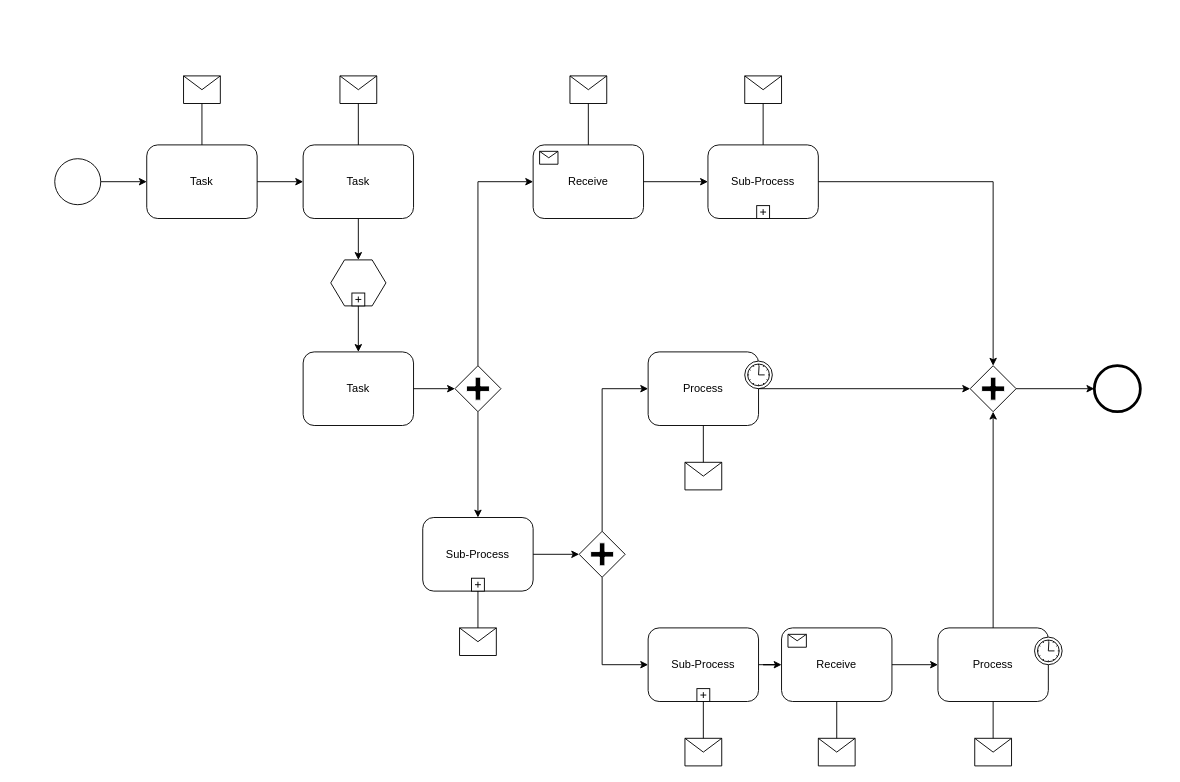
This is .circleci/Untitled Diagram.drawio from KaiqueRicardo26/simple-video, a draw.io file, before an edit. Source tidied: cells renumbered, new cells numbered last; positions are measured from the earlier drawing's top-left corner, leaving out a move shared by most shapes. Both pictures are drawn from the tidied source at 92%, with x=0, y=0 at pixel (54, 75).
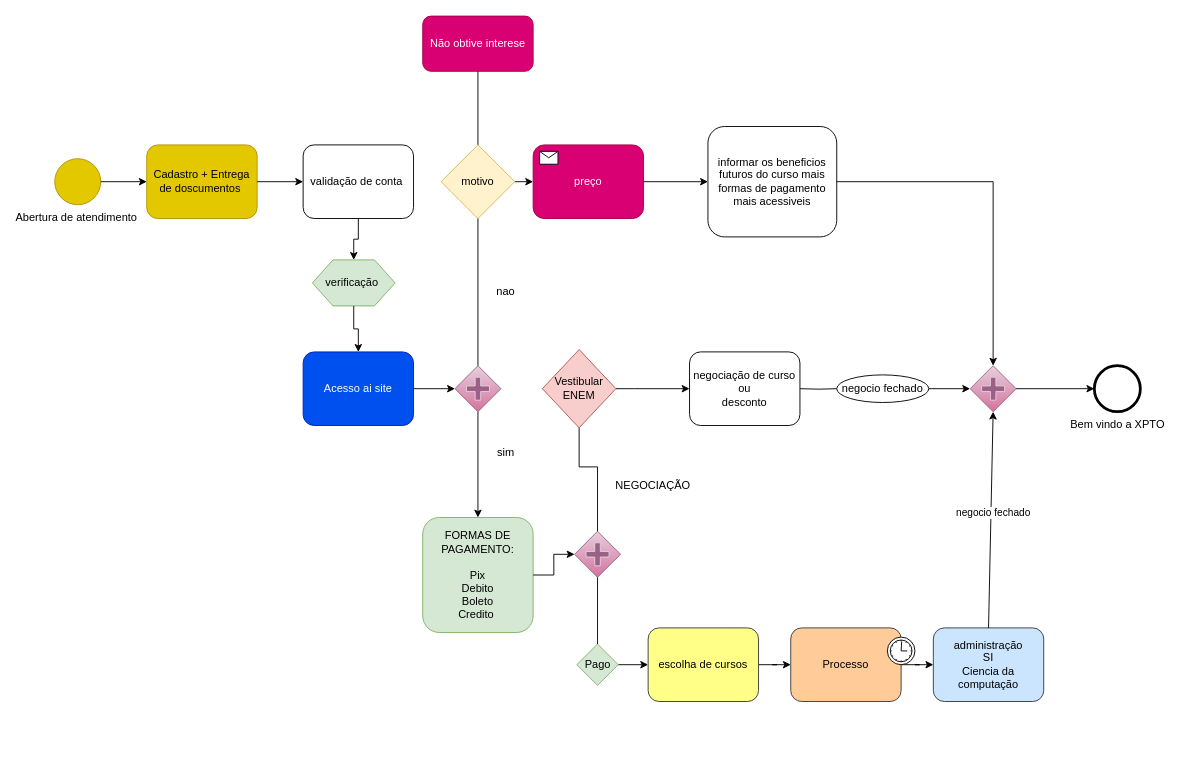
The same page after the edit.

Commit message (it also covers changes not shown here):
Atividade de Quinta

What changed in the source:
```diff
@@
-    <mxCell id="2" style="shape=mxgraph.bpmn.shape;html=1;verticalLabelPosition=bottom;labelBackgroundColor=#ffffff;verticalAlign=top;perimeter=ellipsePerimeter;outline=standard;symbol=general;" parent="1" vertex="1">
+    <mxCell id="2" value="Abertura de atendimento&amp;nbsp;" style="shape=mxgraph.bpmn.shape;html=1;verticalLabelPosition=bottom;labelBackgroundColor=#ffffff;verticalAlign=top;perimeter=ellipsePerimeter;outline=standard;symbol=general;fillColor=#e3c800;fontColor=#000000;strokeColor=#B09500;" parent="1" vertex="1">
       <mxGeometry y="90" width="50" height="50" as="geometry" />
     </mxCell>
-    <mxCell id="3" value="Task" style="shape=ext;rounded=1;html=1;whiteSpace=wrap;" parent="1" vertex="1">
+    <mxCell id="3" value="Cadastro + Entrega de doscumentos&amp;nbsp;" style="shape=ext;rounded=1;html=1;whiteSpace=wrap;fillColor=#e3c800;fontColor=#000000;strokeColor=#B09500;" parent="1" vertex="1">
       <mxGeometry x="100" y="75" width="120" height="80" as="geometry" />
     </mxCell>
-    <mxCell id="4" value="Task" style="shape=ext;rounded=1;html=1;whiteSpace=wrap;" parent="1" vertex="1">
+    <mxCell id="4" value="validação de conta&amp;nbsp;" style="shape=ext;rounded=1;html=1;whiteSpace=wrap;" parent="1" vertex="1">
       <mxGeometry x="270" y="75" width="120" height="80" as="geometry" />
     </mxCell>
-    <mxCell id="5" style="shape=message;whiteSpace=wrap;html=1;" parent="1" vertex="1">
-      <mxGeometry x="140" width="40" height="30" as="geometry" />
-    </mxCell>
-    <mxCell id="6" style="shape=message;whiteSpace=wrap;html=1;" parent="1" vertex="1">
-      <mxGeometry x="310" width="40" height="30" as="geometry" />
-    </mxCell>
-    <mxCell id="7" style="shape=hexagon;whiteSpace=wrap;html=1;perimeter=hexagonPerimeter;" parent="1" vertex="1">
-      <mxGeometry x="300" y="200" width="60" height="50" as="geometry" />
+    <mxCell id="7" value="verificação&amp;nbsp;" style="shape=hexagon;whiteSpace=wrap;html=1;perimeter=hexagonPerimeter;fillColor=#d5e8d4;strokeColor=#82b366;" parent="1" vertex="1">
+      <mxGeometry x="280" y="200" width="90" height="50" as="geometry" />
     </mxCell>
-    <mxCell id="8" style="html=1;shape=plus;" parent="7" vertex="1">
-      <mxGeometry x="0.5" y="1" width="14" height="14" relative="1" as="geometry">
-        <mxPoint x="-7" y="-14" as="offset" />
-      </mxGeometry>
-    </mxCell>
-    <mxCell id="9" value="Task" style="shape=ext;rounded=1;html=1;whiteSpace=wrap;" parent="1" vertex="1">
+    <mxCell id="9" value="Acesso ai site" style="shape=ext;rounded=1;html=1;whiteSpace=wrap;fillColor=#0050ef;strokeColor=#001DBC;fontColor=#ffffff;" parent="1" vertex="1">
       <mxGeometry x="270" y="300" width="120" height="80" as="geometry" />
     </mxCell>
-    <mxCell id="10" style="shape=mxgraph.bpmn.shape;html=1;verticalLabelPosition=bottom;labelBackgroundColor=#ffffff;verticalAlign=top;perimeter=rhombusPerimeter;background=gateway;outline=none;symbol=parallelGw;" parent="1" vertex="1">
+    <mxCell id="10" style="shape=mxgraph.bpmn.shape;html=1;verticalLabelPosition=bottom;labelBackgroundColor=#ffffff;verticalAlign=top;perimeter=rhombusPerimeter;background=gateway;outline=none;symbol=parallelGw;fillColor=#e6d0de;gradientColor=#d5739d;strokeColor=#996185;" parent="1" vertex="1">
       <mxGeometry x="435" y="315" width="50" height="50" as="geometry" />
     </mxCell>
-    <mxCell id="11" value="Sub-Process" style="html=1;whiteSpace=wrap;rounded=1;" parent="1" vertex="1">
-      <mxGeometry x="710" y="75" width="120" height="80" as="geometry" />
+    <mxCell id="11" value="informar os beneficios futuros do curso mais formas de pagamento mais acessiveis" style="html=1;whiteSpace=wrap;rounded=1;" parent="1" vertex="1">
+      <mxGeometry x="710" y="55" width="140" height="120" as="geometry" />
     </mxCell>
-    <mxCell id="12" style="html=1;shape=plus;" parent="11" vertex="1">
-      <mxGeometry x="0.5" y="1" width="14" height="14" relative="1" as="geometry">
-        <mxPoint x="-7" y="-14" as="offset" />
-      </mxGeometry>
-    </mxCell>
-    <mxCell id="13" value="Receive" style="html=1;whiteSpace=wrap;rounded=1;" parent="1" vertex="1">
+    <mxCell id="13" value="preço" style="html=1;whiteSpace=wrap;rounded=1;fillColor=#d80073;fontColor=#ffffff;strokeColor=#A50040;" parent="1" vertex="1">
       <mxGeometry x="520" y="75" width="120" height="80" as="geometry" />
     </mxCell>
@@
-    <mxCell id="15" value="Process" style="html=1;whiteSpace=wrap;rounded=1;" parent="1" vertex="1">
-      <mxGeometry x="645" y="300" width="120" height="80" as="geometry" />
+    <mxCell id="15" value="negociação de curso&lt;br&gt;ou&lt;br&gt;desconto" style="html=1;whiteSpace=wrap;rounded=1;" parent="1" vertex="1">
+      <mxGeometry x="690" y="300" width="120" height="80" as="geometry" />
     </mxCell>
-    <mxCell id="16" style="shape=mxgraph.bpmn.timer_start;perimeter=ellipsePerimeter;html=1;labelPosition=right;labelBackgroundColor=#ffffff;align=left;" parent="15" vertex="1">
-      <mxGeometry x="1" width="30" height="30" relative="1" as="geometry">
-        <mxPoint x="-15" y="10" as="offset" />
-      </mxGeometry>
-    </mxCell>
+    <mxCell id="61" style="edgeStyle=orthogonalEdgeStyle;rounded=0;jettySize=auto;html=1;" parent="1" edge="1" source="17" target="19">
+      <mxGeometry relative="1" as="geometry" />
+    </mxCell>
-    <mxCell id="17" value="Process" style="html=1;whiteSpace=wrap;rounded=1;" parent="1" vertex="1">
-      <mxGeometry x="960" y="600" width="120" height="80" as="geometry" />
+    <mxCell id="17" value="Processo" style="html=1;whiteSpace=wrap;rounded=1;fillColor=#ffcc99;strokeColor=#36393d;" parent="1" vertex="1">
+      <mxGeometry x="800" y="600" width="120" height="80" as="geometry" />
     </mxCell>
@@
-    <mxCell id="19" value="Receive" style="html=1;whiteSpace=wrap;rounded=1;" parent="1" vertex="1">
-      <mxGeometry x="790" y="600" width="120" height="80" as="geometry" />
+    <mxCell id="19" value="administração&lt;br&gt;SI&lt;br&gt;Ciencia da computação" style="html=1;whiteSpace=wrap;rounded=1;fillColor=#cce5ff;strokeColor=#36393d;" parent="1" vertex="1">
+      <mxGeometry x="955" y="600" width="120" height="80" as="geometry" />
     </mxCell>
-    <mxCell id="20" style="html=1;shape=message;" parent="19" vertex="1">
-      <mxGeometry width="20" height="14" relative="1" as="geometry">
-        <mxPoint x="7" y="7" as="offset" />
-      </mxGeometry>
-    </mxCell>
+    <mxCell id="62" style="edgeStyle=orthogonalEdgeStyle;rounded=0;jettySize=auto;html=1;" parent="1" edge="1" source="21" target="17">
+      <mxGeometry relative="1" as="geometry" />
+    </mxCell>
-    <mxCell id="21" value="Sub-Process" style="html=1;whiteSpace=wrap;rounded=1;" parent="1" vertex="1">
+    <mxCell id="21" value="escolha de cursos" style="html=1;whiteSpace=wrap;rounded=1;fillColor=#ffff88;strokeColor=#36393d;" parent="1" vertex="1">
       <mxGeometry x="645" y="600" width="120" height="80" as="geometry" />
     </mxCell>
-    <mxCell id="22" style="html=1;shape=plus;" parent="21" vertex="1">
-      <mxGeometry x="0.5" y="1" width="14" height="14" relative="1" as="geometry">
-        <mxPoint x="-7" y="-14" as="offset" />
-      </mxGeometry>
-    </mxCell>
-    <mxCell id="23" style="shape=mxgraph.bpmn.shape;html=1;verticalLabelPosition=bottom;labelBackgroundColor=#ffffff;verticalAlign=top;perimeter=rhombusPerimeter;background=gateway;outline=none;symbol=parallelGw;" parent="1" vertex="1">
+    <mxCell id="23" style="shape=mxgraph.bpmn.shape;html=1;verticalLabelPosition=bottom;labelBackgroundColor=#ffffff;verticalAlign=top;perimeter=rhombusPerimeter;background=gateway;outline=none;symbol=parallelGw;fillColor=#e6d0de;gradientColor=#d5739d;strokeColor=#996185;" parent="1" vertex="1">
       <mxGeometry x="995" y="315" width="50" height="50" as="geometry" />
     </mxCell>
-    <mxCell id="24" style="shape=mxgraph.bpmn.shape;html=1;verticalLabelPosition=bottom;labelBackgroundColor=#ffffff;verticalAlign=top;perimeter=ellipsePerimeter;outline=end;symbol=general;" parent="1" vertex="1">
+    <mxCell id="24" value="Bem vindo a XPTO" style="shape=mxgraph.bpmn.shape;html=1;verticalLabelPosition=bottom;labelBackgroundColor=#ffffff;verticalAlign=top;perimeter=ellipsePerimeter;outline=end;symbol=general;" parent="1" vertex="1">
       <mxGeometry x="1130" y="315" width="50" height="50" as="geometry" />
     </mxCell>
-    <mxCell id="25" style="shape=message;whiteSpace=wrap;html=1;" parent="1" vertex="1">
-      <mxGeometry x="560" width="40" height="30" as="geometry" />
-    </mxCell>
-    <mxCell id="26" style="shape=message;whiteSpace=wrap;html=1;" parent="1" vertex="1">
-      <mxGeometry x="750" width="40" height="30" as="geometry" />
-    </mxCell>
-    <mxCell id="27" value="Sub-Process" style="html=1;whiteSpace=wrap;rounded=1;" parent="1" vertex="1">
-      <mxGeometry x="400" y="480" width="120" height="80" as="geometry" />
+    <mxCell id="27" value="FORMAS DE PAGAMENTO:&lt;br&gt;&amp;nbsp;&lt;br&gt;Pix&lt;br&gt;Debito&lt;br&gt;Boleto&lt;br&gt;Credito&amp;nbsp;" style="html=1;whiteSpace=wrap;rounded=1;fillColor=#d5e8d4;strokeColor=#82b366;" parent="1" vertex="1">
+      <mxGeometry x="400" y="480" width="120" height="125" as="geometry" />
     </mxCell>
-    <mxCell id="28" style="html=1;shape=plus;" parent="27" vertex="1">
-      <mxGeometry x="0.5" y="1" width="14" height="14" relative="1" as="geometry">
-        <mxPoint x="-7" y="-14" as="offset" />
-      </mxGeometry>
-    </mxCell>
-    <mxCell id="29" style="shape=message;whiteSpace=wrap;html=1;" parent="1" vertex="1">
-      <mxGeometry x="440" y="600" width="40" height="30" as="geometry" />
-    </mxCell>
-    <mxCell id="30" style="shape=message;whiteSpace=wrap;html=1;" parent="1" vertex="1">
-      <mxGeometry x="830" y="720" width="40" height="30" as="geometry" />
-    </mxCell>
-    <mxCell id="31" style="shape=message;whiteSpace=wrap;html=1;" parent="1" vertex="1">
-      <mxGeometry x="1000" y="720" width="40" height="30" as="geometry" />
-    </mxCell>
-    <mxCell id="32" style="shape=message;whiteSpace=wrap;html=1;" parent="1" vertex="1">
-      <mxGeometry x="685" y="720" width="40" height="30" as="geometry" />
-    </mxCell>
-    <mxCell id="33" style="shape=message;whiteSpace=wrap;html=1;" parent="1" vertex="1">
-      <mxGeometry x="685" y="420" width="40" height="30" as="geometry" />
-    </mxCell>
@@
-    <mxCell id="35" style="edgeStyle=orthogonalEdgeStyle;rounded=0;html=1;jettySize=auto;endArrow=none;endFill=0;" parent="1" edge="1" source="5" target="3">
-      <mxGeometry relative="1" as="geometry" />
-    </mxCell>
-    <mxCell id="36" style="edgeStyle=orthogonalEdgeStyle;rounded=0;html=1;jettySize=auto;endArrow=none;endFill=0;" parent="1" edge="1" source="6" target="4">
-      <mxGeometry relative="1" as="geometry" />
-    </mxCell>
@@
-    <mxCell id="39" style="edgeStyle=orthogonalEdgeStyle;rounded=0;html=1;jettySize=auto;endArrow=none;endFill=0;" parent="1" edge="1" source="25" target="13">
-      <mxGeometry relative="1" as="geometry" />
-    </mxCell>
-    <mxCell id="40" style="edgeStyle=orthogonalEdgeStyle;rounded=0;html=1;jettySize=auto;endArrow=none;endFill=0;" parent="1" edge="1" source="26" target="11">
-      <mxGeometry relative="1" as="geometry" />
-    </mxCell>
@@
-    <mxCell id="42" style="edgeStyle=orthogonalEdgeStyle;rounded=0;html=1;jettySize=auto;" parent="1" edge="1" source="15" target="23">
+    <mxCell id="42" style="edgeStyle=orthogonalEdgeStyle;rounded=0;html=1;jettySize=auto;startArrow=none;" parent="1" edge="1" source="77" target="23">
       <mxGeometry relative="1" as="geometry" />
     </mxCell>
-    <mxCell id="43" style="edgeStyle=orthogonalEdgeStyle;rounded=0;html=1;jettySize=auto;" parent="1" edge="1" source="17" target="23">
-      <mxGeometry relative="1" as="geometry" />
-    </mxCell>
@@
-    <mxCell id="48" style="edgeStyle=orthogonalEdgeStyle;rounded=0;html=1;jettySize=auto;" parent="1" edge="1" source="10" target="13">
+    <mxCell id="48" style="edgeStyle=orthogonalEdgeStyle;rounded=0;html=1;jettySize=auto;startArrow=none;" parent="1" edge="1" source="66" target="13">
       <mxGeometry relative="1" as="geometry">
         <Array as="points">
           <mxPoint x="460" y="115" />
         </Array>
       </mxGeometry>
     </mxCell>
@@
-    <mxCell id="50" style="edgeStyle=orthogonalEdgeStyle;rounded=0;html=1;jettySize=auto;endArrow=none;endFill=0;" parent="1" edge="1" source="29" target="27">
-      <mxGeometry relative="1" as="geometry" />
-    </mxCell>
-    <mxCell id="51" style="shape=mxgraph.bpmn.shape;html=1;verticalLabelPosition=bottom;labelBackgroundColor=#ffffff;verticalAlign=top;perimeter=rhombusPerimeter;background=gateway;outline=none;symbol=parallelGw;" parent="1" vertex="1">
-      <mxGeometry x="570" y="495" width="50" height="50" as="geometry" />
+    <mxCell id="51" style="shape=mxgraph.bpmn.shape;html=1;verticalLabelPosition=bottom;labelBackgroundColor=#ffffff;verticalAlign=top;perimeter=rhombusPerimeter;background=gateway;outline=none;symbol=parallelGw;fillColor=#e6d0de;gradientColor=#d5739d;strokeColor=#996185;" parent="1" vertex="1">
+      <mxGeometry x="565" y="495" width="50" height="50" as="geometry" />
     </mxCell>
-    <mxCell id="52" style="edgeStyle=orthogonalEdgeStyle;rounded=0;html=1;jettySize=auto;" parent="1" edge="1" source="51" target="21">
+    <mxCell id="52" style="edgeStyle=orthogonalEdgeStyle;rounded=0;html=1;jettySize=auto;startArrow=none;" parent="1" edge="1" source="68" target="21">
       <mxGeometry relative="1" as="geometry">
         <Array as="points">
           <mxPoint x="595" y="640" />
         </Array>
       </mxGeometry>
     </mxCell>
-    <mxCell id="53" style="edgeStyle=orthogonalEdgeStyle;rounded=0;html=1;jettySize=auto;" parent="1" edge="1" source="51" target="15">
+    <mxCell id="53" style="edgeStyle=orthogonalEdgeStyle;rounded=0;html=1;jettySize=auto;startArrow=none;" parent="1" edge="1" target="15">
       <mxGeometry relative="1" as="geometry">
+        <mxPoint x="630" y="340" as="sourcePoint" />
         <Array as="points">
-          <mxPoint x="595" y="340" />
+          <mxPoint x="720" y="340" />
+          <mxPoint x="720" y="340" />
         </Array>
       </mxGeometry>
     </mxCell>
-    <mxCell id="54" style="edgeStyle=orthogonalEdgeStyle;rounded=0;html=1;jettySize=auto;endArrow=none;endFill=0;" parent="1" edge="1" source="33" target="15">
-      <mxGeometry relative="1" as="geometry" />
-    </mxCell>
@@
-    <mxCell id="56" style="edgeStyle=orthogonalEdgeStyle;rounded=0;html=1;jettySize=auto;" parent="1" edge="1" source="21" target="19">
-      <mxGeometry relative="1" as="geometry" />
-    </mxCell>
-    <mxCell id="57" style="edgeStyle=orthogonalEdgeStyle;rounded=0;html=1;jettySize=auto;endArrow=none;endFill=0;" parent="1" edge="1" source="32" target="21">
-      <mxGeometry relative="1" as="geometry" />
-    </mxCell>
-    <mxCell id="58" style="edgeStyle=orthogonalEdgeStyle;rounded=0;html=1;jettySize=auto;endArrow=none;endFill=0;" parent="1" edge="1" source="30" target="19">
-      <mxGeometry relative="1" as="geometry" />
-    </mxCell>
-    <mxCell id="59" style="edgeStyle=orthogonalEdgeStyle;rounded=0;html=1;jettySize=auto;endArrow=none;endFill=0;" parent="1" edge="1" source="31" target="17">
-      <mxGeometry relative="1" as="geometry" />
-    </mxCell>
-    <mxCell id="60" style="edgeStyle=orthogonalEdgeStyle;rounded=0;html=1;jettySize=auto;" parent="1" edge="1" source="19" target="17">
-      <mxGeometry relative="1" as="geometry" />
-    </mxCell>
+    <mxCell id="63" value="nao" style="text;html=1;align=center;verticalAlign=middle;strokeColor=none;fillColor=none;" parent="1" vertex="1">
+      <mxGeometry x="470" y="225" width="40" height="20" as="geometry" />
+    </mxCell>
+    <mxCell id="64" value="sim" style="text;html=1;align=center;verticalAlign=middle;strokeColor=none;fillColor=none;" parent="1" vertex="1">
+      <mxGeometry x="475" y="400" width="30" height="20" as="geometry" />
+    </mxCell>
+    <mxCell id="65" style="edgeStyle=orthogonalEdgeStyle;rounded=0;jettySize=auto;html=1;" parent="1" edge="1" source="66">
+      <mxGeometry relative="1" as="geometry">
+        <mxPoint x="460" y="-15" as="targetPoint" />
+      </mxGeometry>
+    </mxCell>
+    <mxCell id="66" value="motivo" style="rhombus;whiteSpace=wrap;html=1;fillColor=#fff2cc;strokeColor=#d6b656;" parent="1" vertex="1">
+      <mxGeometry x="420" y="75" width="80" height="80" as="geometry" />
+    </mxCell>
+    <mxCell id="67" style="edgeStyle=orthogonalEdgeStyle;rounded=0;html=1;jettySize=auto;endArrow=none;" parent="1" edge="1" source="10" target="66">
+      <mxGeometry relative="1" as="geometry" />
+    </mxCell>
+    <mxCell id="68" value="Pago" style="rhombus;whiteSpace=wrap;html=1;fillColor=#d5e8d4;strokeColor=#82b366;" parent="1" vertex="1">
+      <mxGeometry x="567.5" y="617.5" width="45" height="45" as="geometry" />
+    </mxCell>
+    <mxCell id="69" style="edgeStyle=orthogonalEdgeStyle;rounded=0;html=1;jettySize=auto;endArrow=none;" parent="1" edge="1" source="51" target="68">
+      <mxGeometry relative="1" as="geometry" />
+    </mxCell>
+    <mxCell id="70" value="Vestibular&lt;br&gt;ENEM" style="rhombus;whiteSpace=wrap;html=1;fillColor=#f8cecc;strokeColor=#b85450;" parent="1" vertex="1">
+      <mxGeometry x="530" y="297.5" width="80" height="85" as="geometry" />
+    </mxCell>
+    <mxCell id="71" style="edgeStyle=orthogonalEdgeStyle;rounded=0;html=1;jettySize=auto;endArrow=none;entryX=0.5;entryY=1;entryDx=0;entryDy=0;" parent="1" edge="1" source="51" target="70">
+      <mxGeometry relative="1" as="geometry">
+        <Array as="points">
+          <mxPoint x="590" y="425" />
+          <mxPoint x="570" y="425" />
+        </Array>
+      </mxGeometry>
+    </mxCell>
+    <mxCell id="72" style="edgeStyle=orthogonalEdgeStyle;rounded=0;html=1;jettySize=auto;startArrow=none;endArrow=none;" parent="1" edge="1" source="70">
+      <mxGeometry relative="1" as="geometry">
+        <mxPoint x="630" y="340" as="targetPoint" />
+      </mxGeometry>
+    </mxCell>
+    <mxCell id="73" value="NEGOCIAÇÃO" style="text;html=1;align=center;verticalAlign=middle;strokeColor=none;fillColor=none;" parent="1" vertex="1">
+      <mxGeometry x="600" y="435" width="100" height="20" as="geometry" />
+    </mxCell>
+    <mxCell id="74" value="Não obtive interese" style="rounded=1;whiteSpace=wrap;html=1;fillColor=#d80073;fontColor=#ffffff;strokeColor=#A50040;" parent="1" vertex="1">
+      <mxGeometry x="400" y="-65" width="120" height="60" as="geometry" />
+    </mxCell>
+    <mxCell id="75" style="endArrow=classic;html=1;rounded=0;exitX=0.5;exitY=0;exitDx=0;exitDy=0;entryX=0.5;entryY=1;entryDx=0;entryDy=0;" parent="1" edge="1" source="19" target="23">
+      <mxGeometry relative="1" as="geometry" />
+    </mxCell>
+    <mxCell id="76" value="negocio fechado" style="edgeLabel;html=1;align=center;verticalAlign=middle;" parent="75" vertex="1">
+      <mxGeometry x="0.17" relative="1" as="geometry">
+        <mxPoint x="2" y="12" as="offset" />
+      </mxGeometry>
+    </mxCell>
+    <mxCell id="77" value="negocio fechado" style="ellipse;whiteSpace=wrap;html=1;gradientColor=none;" parent="1" vertex="1">
+      <mxGeometry x="850" y="325" width="100" height="30" as="geometry" />
+    </mxCell>
+    <mxCell id="78" style="edgeStyle=orthogonalEdgeStyle;rounded=0;html=1;jettySize=auto;startArrow=none;endArrow=none;" parent="1" edge="1" target="77">
+      <mxGeometry relative="1" as="geometry">
+        <mxPoint x="810" y="340" as="sourcePoint" />
+      </mxGeometry>
+    </mxCell>
```
